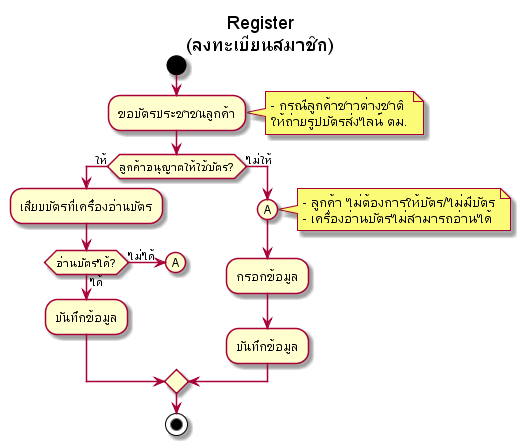
cheat13/Prompiman_Diagram keeps this PlantUML diagram as out/activity-diagram/Register/Register/Register(ลงทะเบียนสมาชิก).png. Above is the earlier version. The source it was exported from:
```plantuml
@startuml
title Register\n(ลงทะเบียนสมาชิก)
start
:ขอบัตรประชาชนลูกค้า;
note right
    - กรณีลูกค้าชาวต่างชาติ
    ให้ถ่ายรูปบัตรส่งไลน์ ตม.
endnote

if (ลูกค้าอนุญาตให้ใช้บัตร?) then (ให้)
    :เสียบบัตรที่เครื่องอ่านบัตร;

    if (อ่านบัตรได้?) then (ไม่ได้)
        (A)
    else (ได้)
        :บันทึกข้อมูล;
    endif

else (ไม่ให้)
    (A)
    note right
        - ลูกค้า ไม่ต้องการให้บัตร/ไม่มีบัตร
        - เครื่องอ่านบัตรไม่สามารถอ่านได้
    endnote
    :กรอกข้อมูล;
    :บันทึกข้อมูล;
endif

stop
@enduml
```
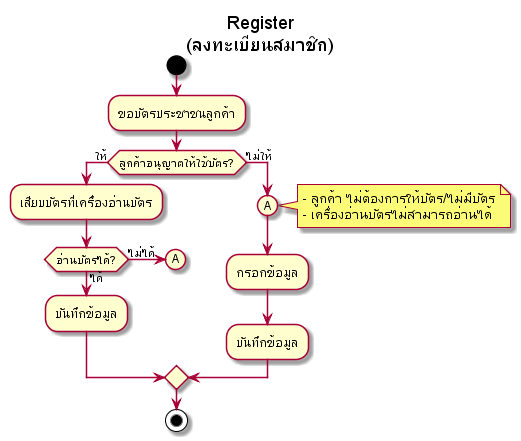
Later version of the same file.

What changed in the source:
```diff
@@ -2,10 +2,6 @@
 title Register\n(ลงทะเบียนสมาชิก)
 start
 :ขอบัตรประชาชนลูกค้า;
-note right
-    - กรณีลูกค้าชาวต่างชาติ
-    ให้ถ่ายรูปบัตรส่งไลน์ ตม.
-endnote
 
 if (ลูกค้าอนุญาตให้ใช้บัตร?) then (ให้)
     :เสียบบัตรที่เครื่องอ่านบัตร;
```
